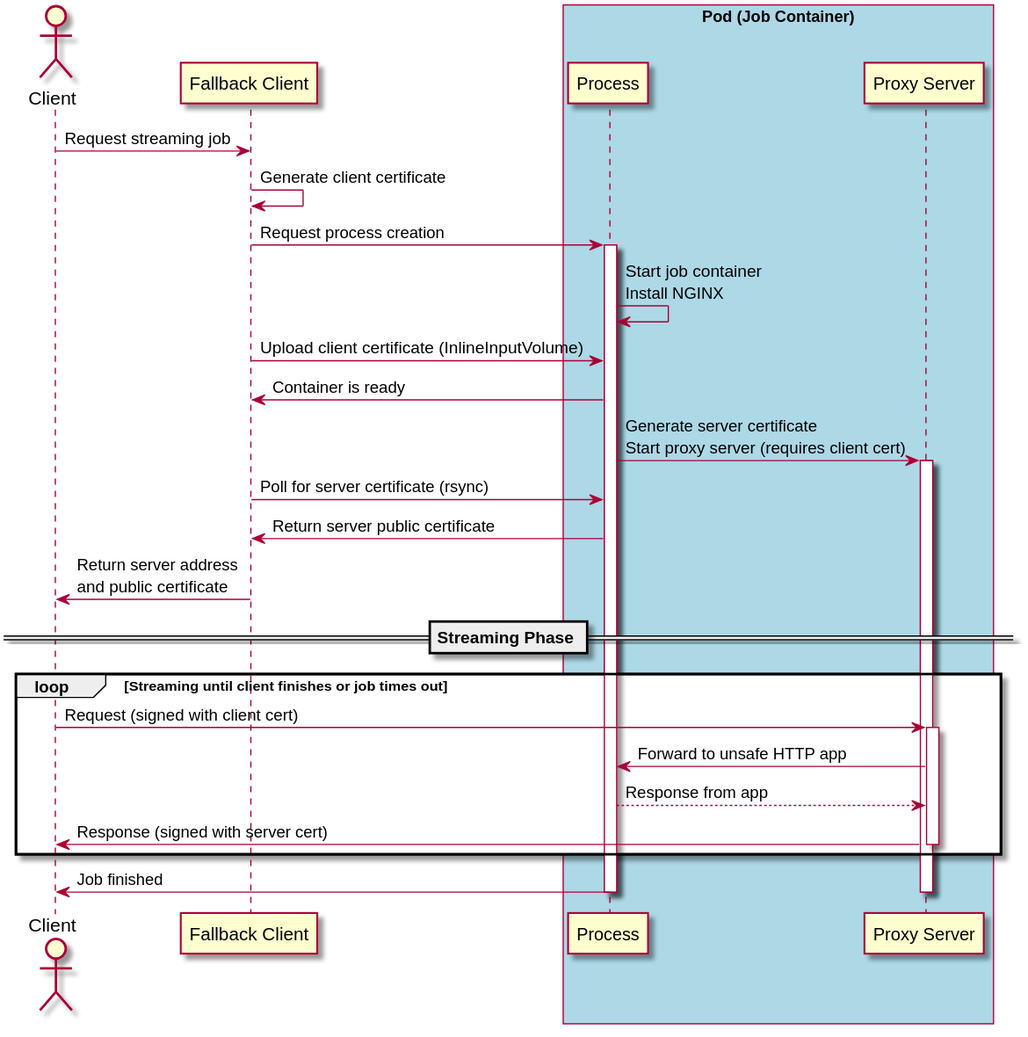
Above: docs/fallback_job.svg in backend-developers-ltd/ComputeHorde (PlantUML), before the change.
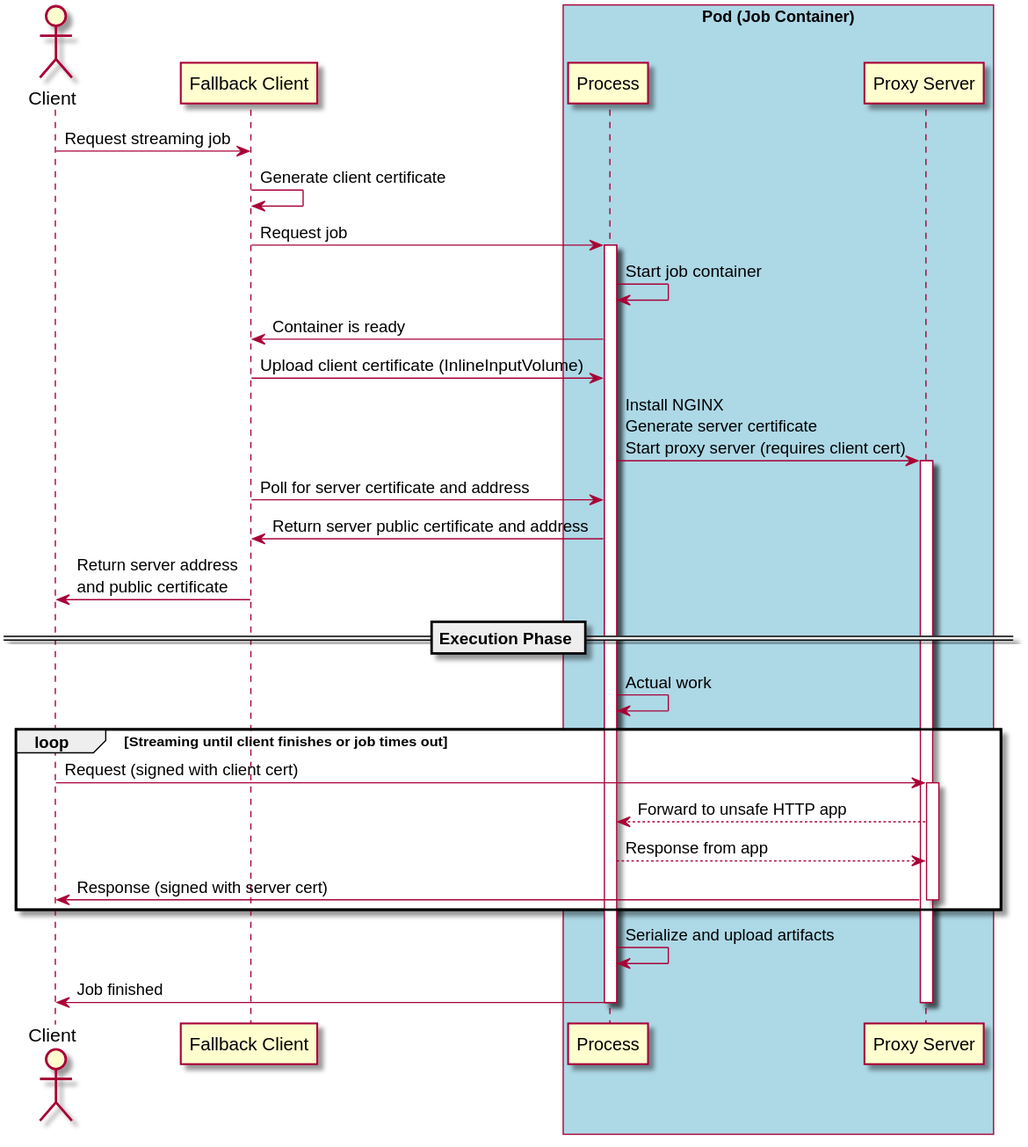
Above is the later version.

The edit, as a diff of the source:
```diff
@@ -9,28 +9,32 @@
 Client -> "Fallback Client": Request streaming job
 "Fallback Client" -> "Fallback Client": Generate client certificate
 
-"Fallback Client" -> Process: Request process creation
+"Fallback Client" -> Process: Request job
 activate Process
-Process -> Process: Start job container\nInstall NGINX
+Process -> Process: Start job container
+Process -> "Fallback Client": Container is ready
 "Fallback Client" -> Process: Upload client certificate (InlineInputVolume)
-Process -> "Fallback Client": Container is ready
 
-Process -> "Proxy Server": Generate server certificate\nStart proxy server (requires client cert)
+Process -> "Proxy Server": Install NGINX\nGenerate server certificate\nStart proxy server (requires client cert)
 activate "Proxy Server"
-"Fallback Client" -> Process: Poll for server certificate (rsync)
-Process -> "Fallback Client": Return server public certificate
+"Fallback Client" -> Process: Poll for server certificate and address
+Process -> "Fallback Client": Return server public certificate and address
+
 
 "Fallback Client" -> Client: Return server address\nand public certificate
 
-== Streaming Phase ==
+== Execution Phase ==
+Process -> Process: Actual work
 loop Streaming until client finishes or job times out
   Client -> "Proxy Server": Request (signed with client cert)
   activate "Proxy Server"
-  "Proxy Server" -> Process: Forward to unsafe HTTP app
+  "Proxy Server" --> Process: Forward to unsafe HTTP app
   Process --> "Proxy Server": Response from app
   "Proxy Server" -> Client: Response (signed with server cert)
   deactivate "Proxy Server"
 end
+
+Process -> Process: Serialize and upload artifacts
 
 Process -> Client: Job finished
 deactivate "Proxy Server"
```
